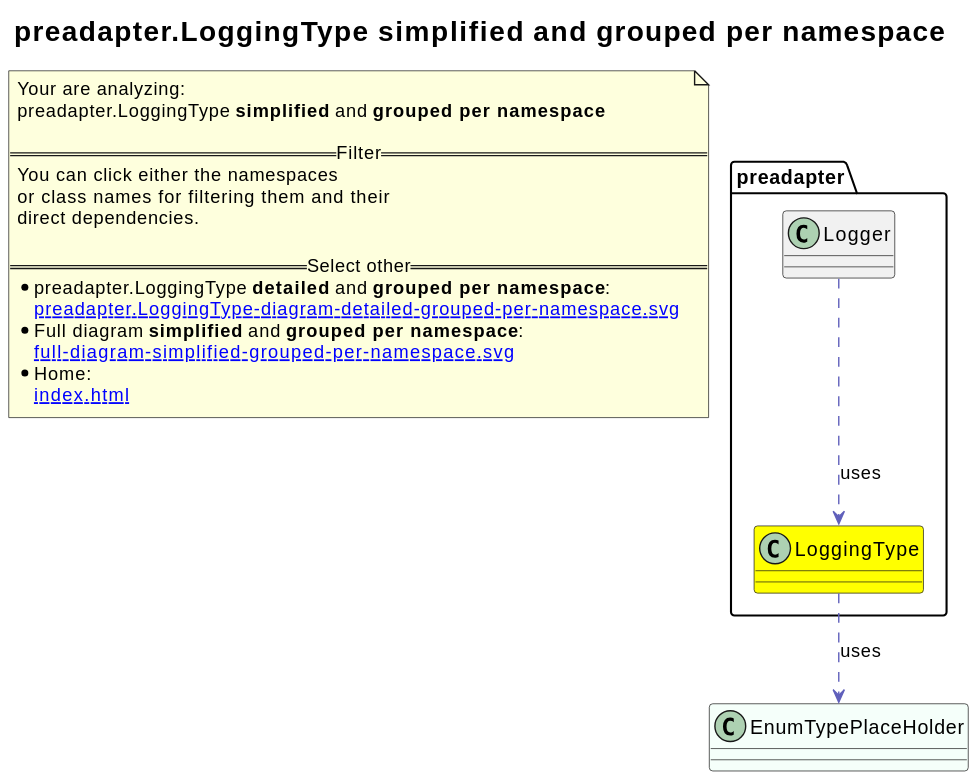
This is revenger-java-adapter.out/preadapter.LoggingType-diagram-simplified-grouped-per-namespace.svg from 2BlackCoffees/revenger, a PlantUML export, as it was before one commit. Its diagram source:
```plantuml
@startuml
title <size:20>preadapter.LoggingType **simplified** and **grouped per namespace**</size>
note "Your are analyzing:\npreadapter.LoggingType **simplified** and **grouped per namespace**\n\n==Filter==\nYou can click either the namespaces \nor class names for filtering them and their\ndirect dependencies.\n\n==Select other==\n* preadapter.LoggingType **detailed** and **grouped per namespace**:\n   [[preadapter.LoggingType-diagram-detailed-grouped-per-namespace.svg]]\n* Full diagram **simplified** and **grouped per namespace**:\n   [[full-diagram-simplified-grouped-per-namespace.svg]]\n* Home:\n   [[index.html]]" as FloatingNote
class EnumTypePlaceHolder [[EnumTypePlaceHolder-diagram-simplified-grouped-per-namespace.svg]] #MintCream {
}
namespace preadapter [[preadapter-diagram-simplified-grouped-per-namespace.svg]] {
class preadapter.LoggingType [[preadapter.LoggingType-diagram-simplified-grouped-per-namespace.svg]] #yellow {
}
class preadapter.Logger [[preadapter.Logger-diagram-simplified-grouped-per-namespace.svg]]  {
}
}
preadapter.LoggingType .[#6060BB].> EnumTypePlaceHolder  : uses
preadapter.Logger .[#6060BB].> preadapter.LoggingType  : uses
@enduml
```
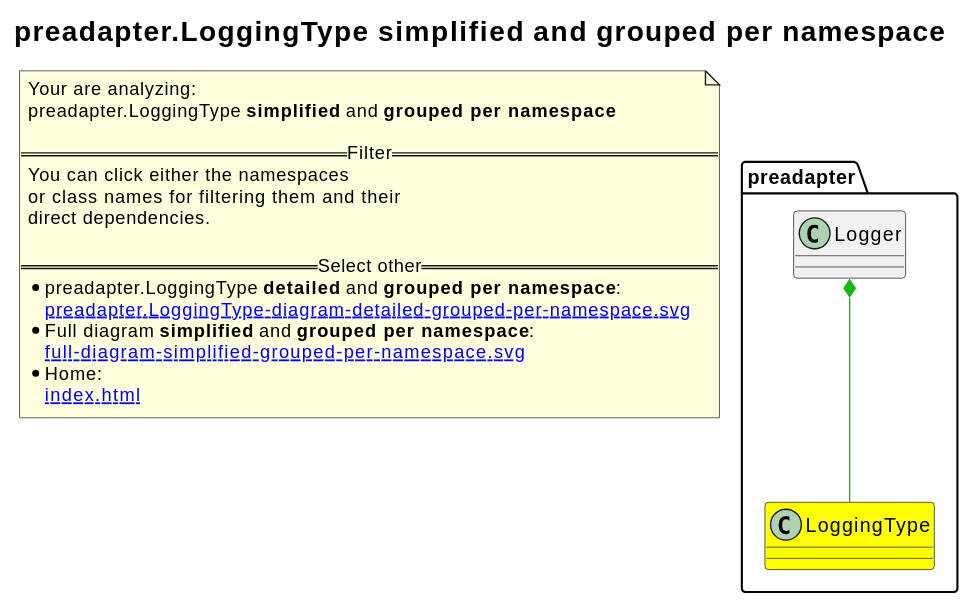
Above is the later version.

Change to the diagram source:
```diff
@@ -1,14 +1,12 @@
 @startuml
+skinparam linetype ortho
 title <size:20>preadapter.LoggingType **simplified** and **grouped per namespace**</size>
 note "Your are analyzing:\npreadapter.LoggingType **simplified** and **grouped per namespace**\n\n==Filter==\nYou can click either the namespaces \nor class names for filtering them and their\ndirect dependencies.\n\n==Select other==\n* preadapter.LoggingType **detailed** and **grouped per namespace**:\n   [[preadapter.LoggingType-diagram-detailed-grouped-per-namespace.svg]]\n* Full diagram **simplified** and **grouped per namespace**:\n   [[full-diagram-simplified-grouped-per-namespace.svg]]\n* Home:\n   [[index.html]]" as FloatingNote
-class EnumTypePlaceHolder [[EnumTypePlaceHolder-diagram-simplified-grouped-per-namespace.svg]] #MintCream {
-}
 namespace preadapter [[preadapter-diagram-simplified-grouped-per-namespace.svg]] {
 class preadapter.LoggingType [[preadapter.LoggingType-diagram-simplified-grouped-per-namespace.svg]] #yellow {
 }
 class preadapter.Logger [[preadapter.Logger-diagram-simplified-grouped-per-namespace.svg]]  {
 }
 }
-preadapter.LoggingType .[#6060BB].> EnumTypePlaceHolder  : uses
-preadapter.Logger .[#6060BB].> preadapter.LoggingType  : uses
+preadapter.Logger *-[#10BB10]- preadapter.LoggingType
 @enduml
```
